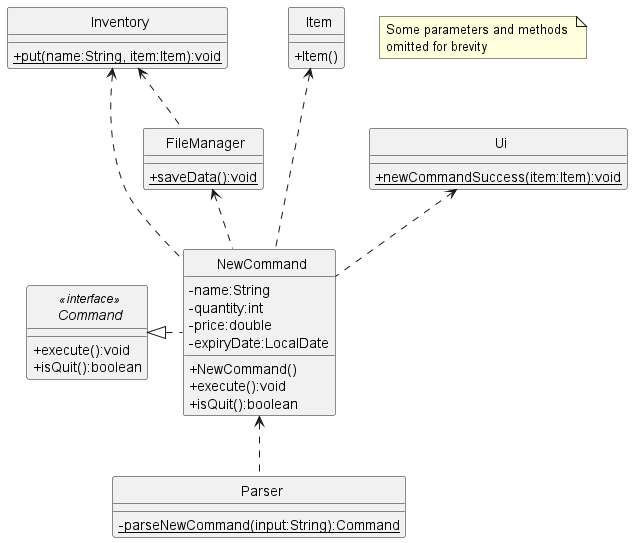
The PlantUML diagram docs/uml-diagrams/NewCommandClass.png in rismm/tp, before a commit.
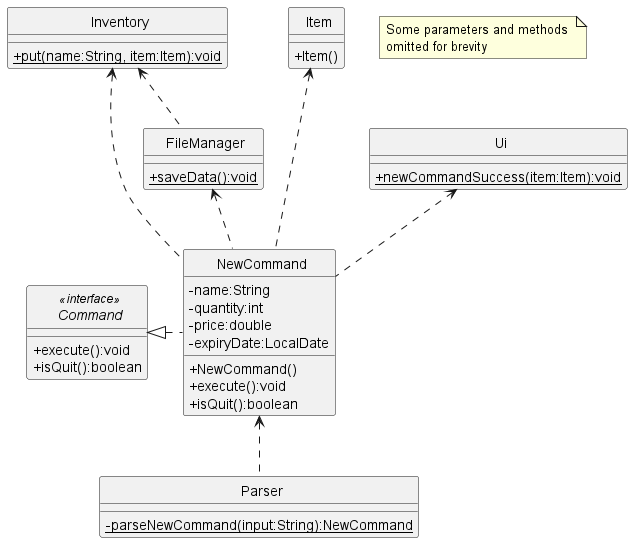
The same file after the commit.

Diff of the diagram source:
```diff
@@ -47,7 +47,7 @@
 }
 
 class Parser {
-    {static}-parseNewCommand(input:String):Command
+    {static}-parseNewCommand(input:String):NewCommand
 }
 
 class FileManager {
```
